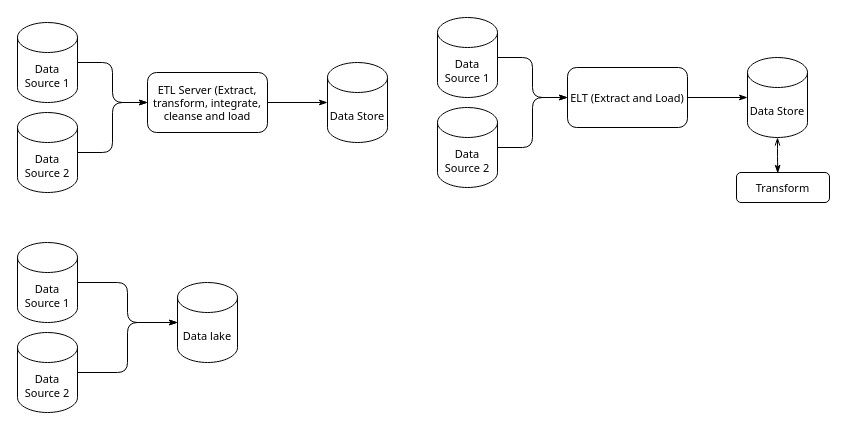
Above: page "Page-4" (4 of 4) of data virtualization.drawio in kanchantewary/MindMaps (draw.io), before the change. Source tidied: cells renumbered, new cells numbered last; positions are measured from the earlier drawing's top-left corner, leaving out a move shared by most shapes. Both pictures are drawn from the tidied source at 100%, with x=0, y=0 at pixel (17, 17).
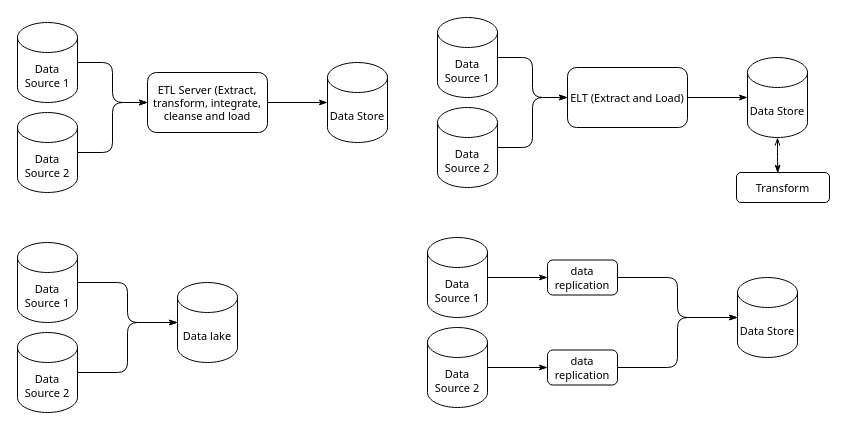
Above is the later version.

Change to the diagram source:
```diff
@@
+    <mxCell id="23" style="edgeStyle=orthogonalEdgeStyle;rounded=1;jettySize=auto;html=1;fontFamily=Tahoma;fontSize=11;endArrow=classicThin;endFill=1;" parent="1" edge="1" source="24" target="28">
+      <mxGeometry relative="1" as="geometry" />
+    </mxCell>
+    <mxCell id="24" value="Data Source 1" style="shape=cylinder3;whiteSpace=wrap;html=1;boundedLbl=1;backgroundOutline=1;size=15;fontFamily=Tahoma;fontSize=11;" parent="1" vertex="1">
+      <mxGeometry x="410" y="220" width="60" height="80" as="geometry" />
+    </mxCell>
+    <mxCell id="25" style="edgeStyle=orthogonalEdgeStyle;rounded=1;jettySize=auto;html=1;fontFamily=Tahoma;fontSize=11;startArrow=none;startFill=0;endArrow=classicThin;endFill=1;" parent="1" edge="1" source="26" target="31">
+      <mxGeometry relative="1" as="geometry" />
+    </mxCell>
+    <mxCell id="26" value="Data Source 2" style="shape=cylinder3;whiteSpace=wrap;html=1;boundedLbl=1;backgroundOutline=1;size=15;fontFamily=Tahoma;fontSize=11;" parent="1" vertex="1">
+      <mxGeometry x="410" y="310" width="60" height="80" as="geometry" />
+    </mxCell>
+    <mxCell id="27" style="edgeStyle=orthogonalEdgeStyle;rounded=1;jettySize=auto;html=1;fontFamily=Tahoma;fontSize=11;endArrow=classicThin;endFill=1;" parent="1" edge="1" source="28" target="29">
+      <mxGeometry relative="1" as="geometry" />
+    </mxCell>
+    <mxCell id="28" value="data replication" style="rounded=1;whiteSpace=wrap;html=1;fontFamily=Tahoma;fontSize=11;" parent="1" vertex="1">
+      <mxGeometry x="530" y="242.5" width="70" height="35" as="geometry" />
+    </mxCell>
+    <mxCell id="29" value="Data Store" style="shape=cylinder3;whiteSpace=wrap;html=1;boundedLbl=1;backgroundOutline=1;size=15;fontFamily=Tahoma;fontSize=11;" parent="1" vertex="1">
+      <mxGeometry x="720" y="260" width="60" height="80" as="geometry" />
+    </mxCell>
+    <mxCell id="30" style="edgeStyle=orthogonalEdgeStyle;rounded=1;jettySize=auto;html=1;fontFamily=Tahoma;fontSize=11;startArrow=none;startFill=0;endArrow=classicThin;endFill=1;" parent="1" edge="1" source="31" target="29">
+      <mxGeometry relative="1" as="geometry" />
+    </mxCell>
+    <mxCell id="31" value="data replication" style="rounded=1;whiteSpace=wrap;html=1;fontFamily=Tahoma;fontSize=11;" parent="1" vertex="1">
+      <mxGeometry x="530" y="332.5" width="70" height="35" as="geometry" />
+    </mxCell>
```
